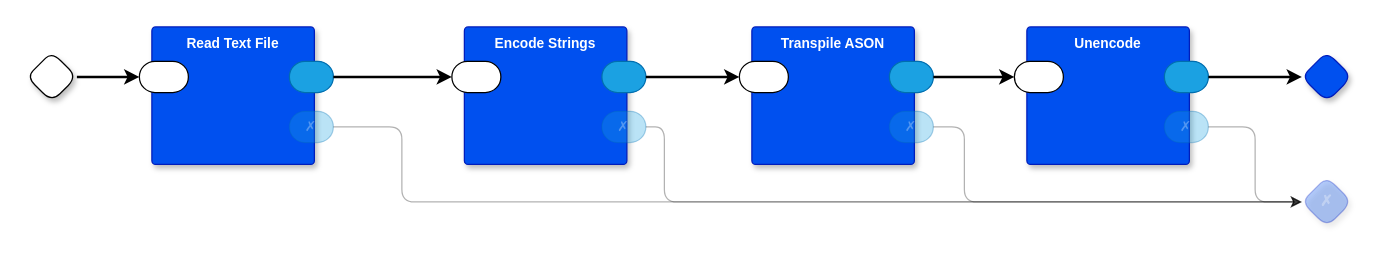
Above: page "main" (1 of 5) of ason.drawio in guitarvydas/ason (draw.io), before the change. Source tidied: cells renumbered, new cells numbered last; positions are measured from the earlier drawing's top-left corner, leaving out a move shared by most shapes. Both pictures are drawn from the tidied source at 125%, with x=0, y=0 at pixel (26, 26).
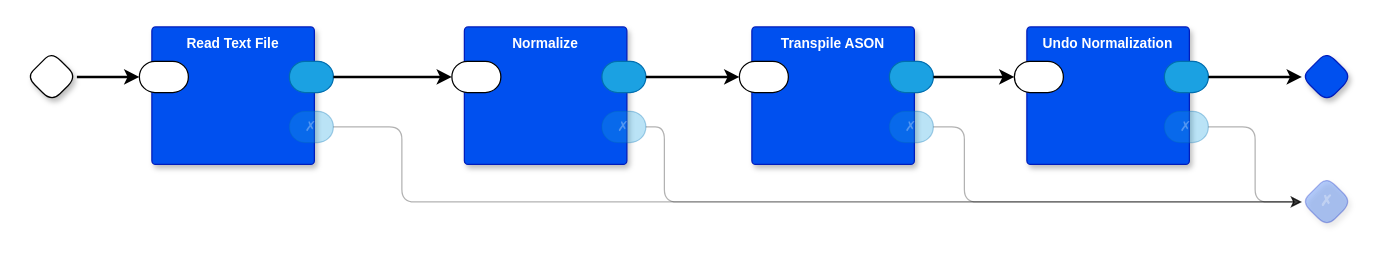
After the change.

Commit message (it also covers changes not shown here):
normalize beta

Diff of the diagram source:
```diff
@@
-    <mxCell id="18" value="Encode Strings" style="rounded=1;whiteSpace=wrap;html=1;sketch=0;verticalAlign=top;arcSize=6;fontStyle=1;absoluteArcSize=1;shadow=1;strokeColor=#001DBC;fillColor=#0050ef;fontColor=#ffffff;fontFamily=Helvetica;fontSize=11;" parent="1" vertex="1">
+    <mxCell id="18" value="Normalize" style="rounded=1;whiteSpace=wrap;html=1;sketch=0;verticalAlign=top;arcSize=6;fontStyle=1;absoluteArcSize=1;shadow=1;strokeColor=#001DBC;fillColor=#0050ef;fontColor=#ffffff;fontFamily=Helvetica;fontSize=11;" parent="1" vertex="1">
       <mxGeometry x="350" width="130" height="110" as="geometry" />
     </mxCell>
@@
-    <mxCell id="22" value="Unencode" style="rounded=1;whiteSpace=wrap;html=1;sketch=0;verticalAlign=top;arcSize=6;fontStyle=1;absoluteArcSize=1;shadow=1;strokeColor=#001DBC;fillColor=#0050ef;fontColor=#ffffff;fontFamily=Helvetica;fontSize=11;" parent="1" vertex="1">
+    <mxCell id="22" value="Undo Normalization" style="rounded=1;whiteSpace=wrap;html=1;sketch=0;verticalAlign=top;arcSize=6;fontStyle=1;absoluteArcSize=1;shadow=1;strokeColor=#001DBC;fillColor=#0050ef;fontColor=#ffffff;fontFamily=Helvetica;fontSize=11;" parent="1" vertex="1">
       <mxGeometry x="800" width="130" height="110" as="geometry" />
     </mxCell>
```
